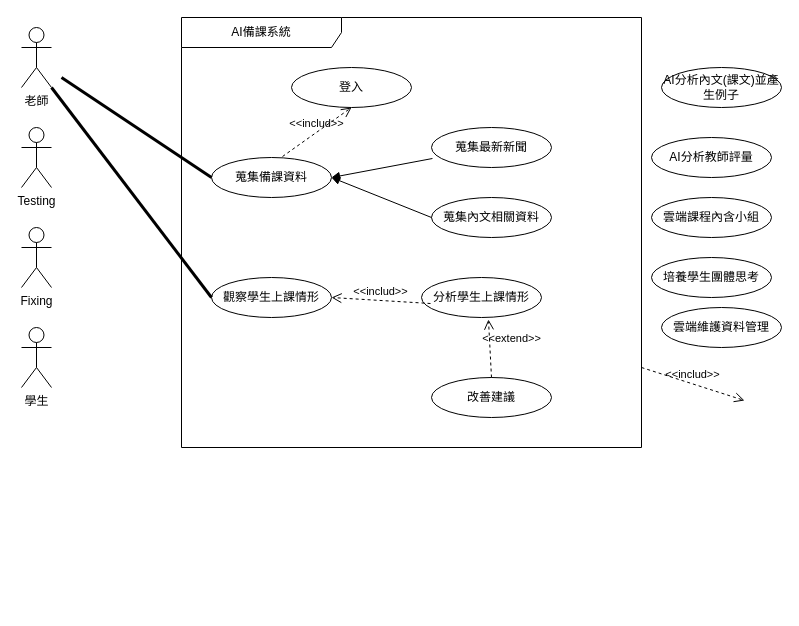
Above: 顧客關係圖.drawio in dicklee1/System-analysis (draw.io), before the change. Source tidied: cells renumbered, new cells numbered last; positions are measured from the earlier drawing's top-left corner, leaving out a move shared by most shapes. Both pictures are drawn from the tidied source at 100%, with x=0, y=0 at pixel (21, 17).
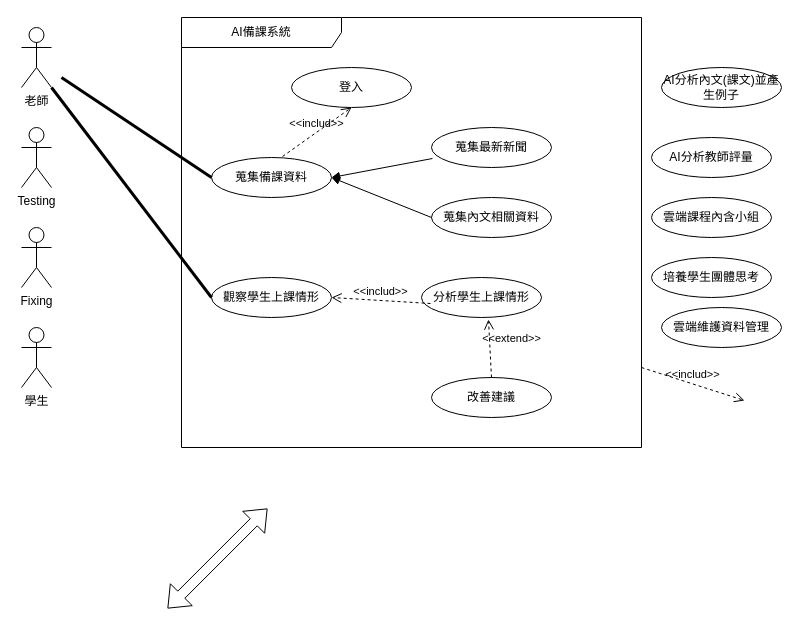
Above is the later version.

What changed in the source:
```diff
@@
+    <mxCell id="27" style="shape=flexArrow;endArrow=classic;startArrow=classic;html=1;" parent="1" edge="1">
+      <mxGeometry relative="1" as="geometry">
+        <mxPoint x="146" y="591" as="sourcePoint" />
+        <mxPoint x="246" y="491" as="targetPoint" />
+      </mxGeometry>
+    </mxCell>
```
